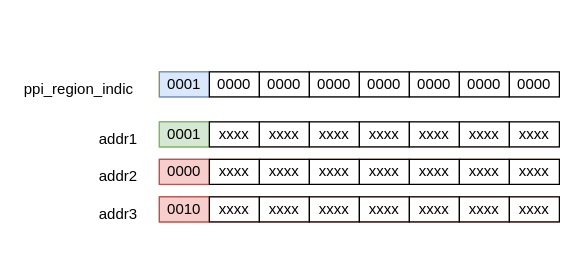
leesum1/doc keeps this draw.io diagram as icb地址判断.drawio. Above is the earlier version. Source tidied: cells renumbered, new cells numbered last; positions are measured from the earlier drawing's top-left corner, leaving out a move shared by most shapes. Both pictures are drawn from the tidied source at 125%, with x=0, y=0 at pixel (21, 71).
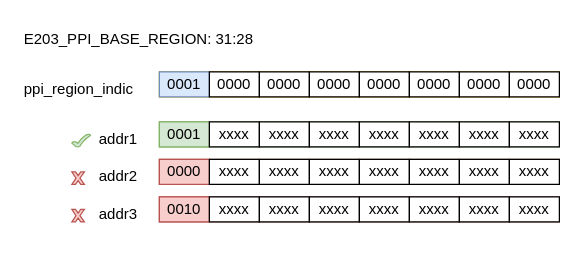
The same page after the edit.

Commit message (it also covers changes not shown here):
更新icb地址判断.drawio

Change to the diagram source:
```diff
@@
+    <mxCell id="45" value="E203_PPI_BASE_REGION: 31:28" style="text;whiteSpace=wrap;html=1;" parent="1" vertex="1">
+      <mxGeometry y="-40" width="220" height="30" as="geometry" />
+    </mxCell>
+    <mxCell id="46" style="verticalLabelPosition=bottom;verticalAlign=top;html=1;shape=mxgraph.basic.tick;fillColor=#d5e8d4;strokeColor=#82b366;" parent="1" vertex="1">
+      <mxGeometry x="40" y="50" width="15" height="10" as="geometry" />
+    </mxCell>
+    <mxCell id="47" style="verticalLabelPosition=bottom;verticalAlign=top;html=1;shape=mxgraph.basic.x;fillColor=#f8cecc;strokeColor=#b85450;" parent="1" vertex="1">
+      <mxGeometry x="40" y="80" width="10" height="10" as="geometry" />
+    </mxCell>
+    <mxCell id="48" style="verticalLabelPosition=bottom;verticalAlign=top;html=1;shape=mxgraph.basic.x;fillColor=#f8cecc;strokeColor=#b85450;" parent="1" vertex="1">
+      <mxGeometry x="40" y="110" width="10" height="10" as="geometry" />
+    </mxCell>
```
